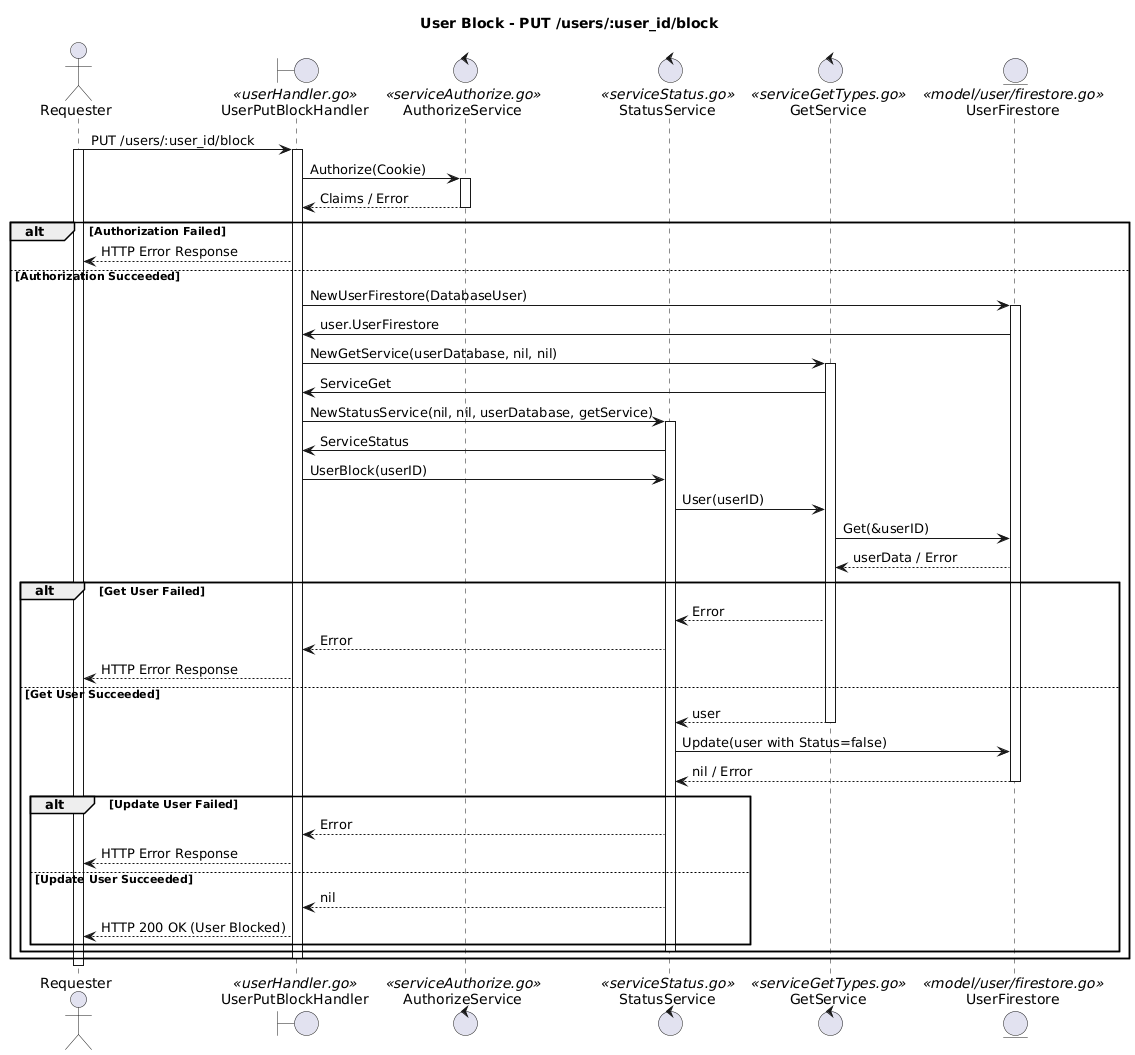
Before: docs/Un(Block)/SequenciaUserBlock.png, a diagram exported from PlantUML (JulioKobayashiEbury/BankingAPI).
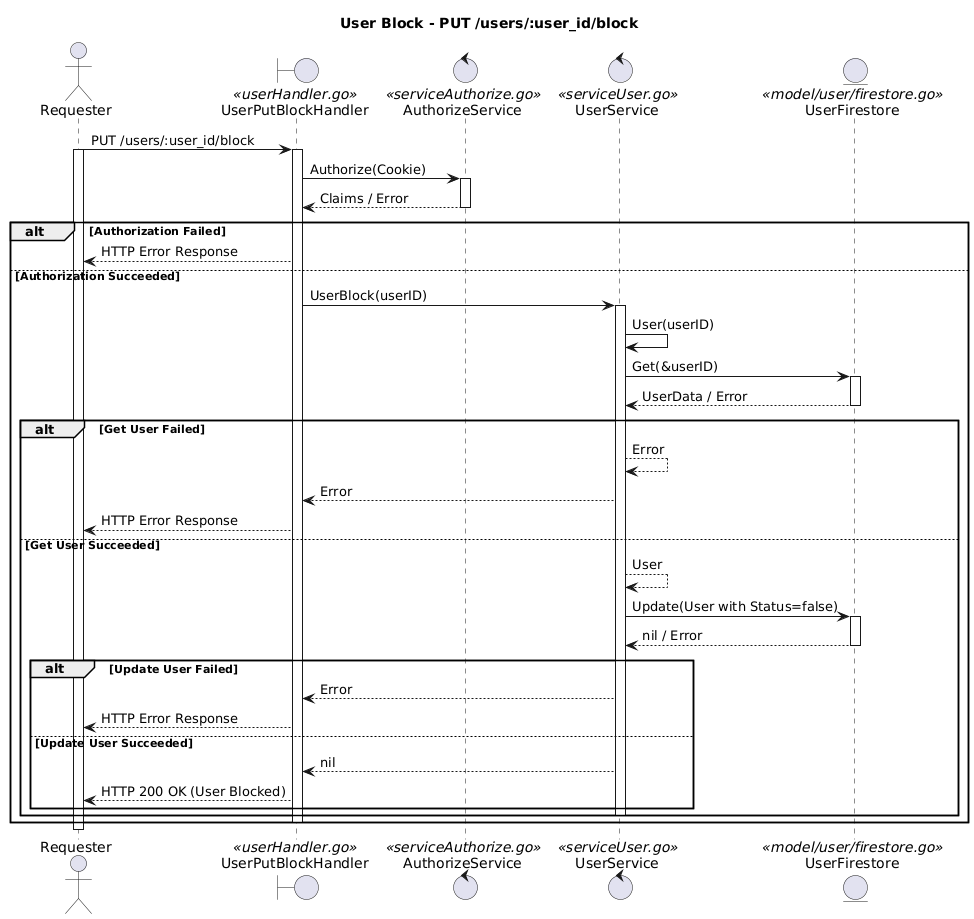
The same diagram one commit later.

Diff of the diagram source:
```diff
@@ -4,8 +4,7 @@
 actor Requester
 boundary UserPutBlockHandler <<userHandler.go>>
 control AuthorizeService <<serviceAuthorize.go>>
-control StatusService <<serviceStatus.go>>
-control GetService <<serviceGetTypes.go>>
+control UserService <<serviceUser.go>>
 entity UserFirestore <<model/user/firestore.go>>
 
 Requester -> UserPutBlockHandler : PUT /users/:user_id/block
@@ -18,37 +17,31 @@
 alt Authorization Failed
     UserPutBlockHandler --> Requester : HTTP Error Response
 else Authorization Succeeded
-    UserPutBlockHandler -> UserFirestore : NewUserFirestore(DatabaseUser)
+    UserPutBlockHandler -> UserService : UserBlock(userID)
+    activate UserService
+    UserService -> UserService : User(userID)
+    UserService -> UserFirestore : Get(&userID)
     activate UserFirestore
-    UserFirestore -> UserPutBlockHandler : user.UserFirestore
-    UserPutBlockHandler -> GetService : NewGetService(userDatabase, nil, nil)
-    activate GetService
-    GetService -> UserPutBlockHandler : ServiceGet
-    UserPutBlockHandler -> StatusService : NewStatusService(nil, nil, userDatabase, getService)
-    activate StatusService
-    StatusService -> UserPutBlockHandler : ServiceStatus
-    UserPutBlockHandler -> StatusService : UserBlock(userID)
-    StatusService -> GetService : User(userID)
-    GetService -> UserFirestore : Get(&userID)
-    UserFirestore --> GetService : userData / Error
+    UserFirestore --> UserService : UserData / Error
+    deactivate UserFirestore
     alt Get User Failed
-        GetService --> StatusService : Error
-        StatusService --> UserPutBlockHandler : Error
+        UserService --> UserService : Error
+        UserService --> UserPutBlockHandler : Error
         UserPutBlockHandler --> Requester : HTTP Error Response
     else Get User Succeeded
-        GetService --> StatusService : user
-        deactivate GetService
-        StatusService -> UserFirestore : Update(user with Status=false)
-        UserFirestore --> StatusService : nil / Error
+        UserService --> UserService : User
+        UserService -> UserFirestore : Update(User with Status=false)
+        activate UserFirestore
+        UserFirestore --> UserService : nil / Error
         deactivate UserFirestore
         alt Update User Failed
-            StatusService --> UserPutBlockHandler : Error
+            UserService --> UserPutBlockHandler : Error
             UserPutBlockHandler --> Requester : HTTP Error Response
         else Update User Succeeded
-            StatusService --> UserPutBlockHandler : nil
+            UserService --> UserPutBlockHandler : nil
             UserPutBlockHandler --> Requester : HTTP 200 OK (User Blocked)
         end
-        deactivate StatusService
+        deactivate UserService
     end
     deactivate UserPutBlockHandler
 end
```
